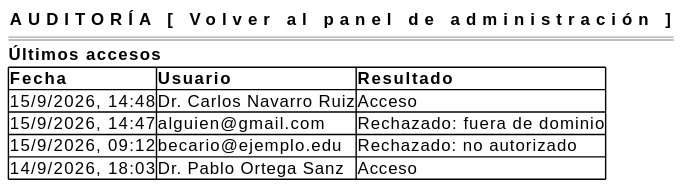
The PlantUML diagram images/RUP/01-requisitos/03-detalle-casos-uso/consultarRegistroAccesos/wireframe.svg in mmasias/pyCeldaPublico, before a commit. Source of this version:
```plantuml
@startsalt consultarRegistroAccesos-wireframe
{
    { <b>AUDITORÍA                                    [ Volver al panel de administración ] }
    ====
    <b>Últimos accesos
    {#
        <b>Fecha | <b>Usuario | <b>Resultado
        15/9/2026, 14:48 | Dr. Carlos Navarro Ruiz | Acceso
        15/9/2026, 14:47 | alguien@gmail.com | Rechazado: fuera de dominio
        15/9/2026, 09:12 | becario@ejemplo.edu | Rechazado: no autorizado
        14/9/2026, 18:03 | Dr. Pablo Ortega Sanz | Acceso
    }
}
@endsalt
```
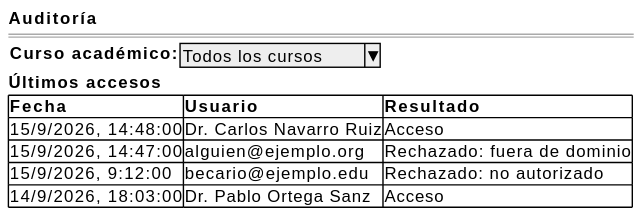
After the commit.

Diff of the diagram source:
```diff
@@ -1,14 +1,15 @@
 @startsalt consultarRegistroAccesos-wireframe
 {
-    { <b>AUDITORÍA                                    [ Volver al panel de administración ] }
+    <b>Auditoría</b>
     ====
-    <b>Últimos accesos
+    { <b>Curso académico:</b> | ^Todos los cursos^ }
+    <b>Últimos accesos</b>
     {#
         <b>Fecha | <b>Usuario | <b>Resultado
-        15/9/2026, 14:48 | Dr. Carlos Navarro Ruiz | Acceso
-        15/9/2026, 14:47 | alguien@gmail.com | Rechazado: fuera de dominio
-        15/9/2026, 09:12 | becario@ejemplo.edu | Rechazado: no autorizado
-        14/9/2026, 18:03 | Dr. Pablo Ortega Sanz | Acceso
+        15/9/2026, 14:48:00 | Dr. Carlos Navarro Ruiz | Acceso
+        15/9/2026, 14:47:00 | alguien@ejemplo.org | Rechazado: fuera de dominio
+        15/9/2026, 9:12:00 | becario@ejemplo.edu | Rechazado: no autorizado
+        14/9/2026, 18:03:00 | Dr. Pablo Ortega Sanz | Acceso
     }
 }
 @endsalt
```
